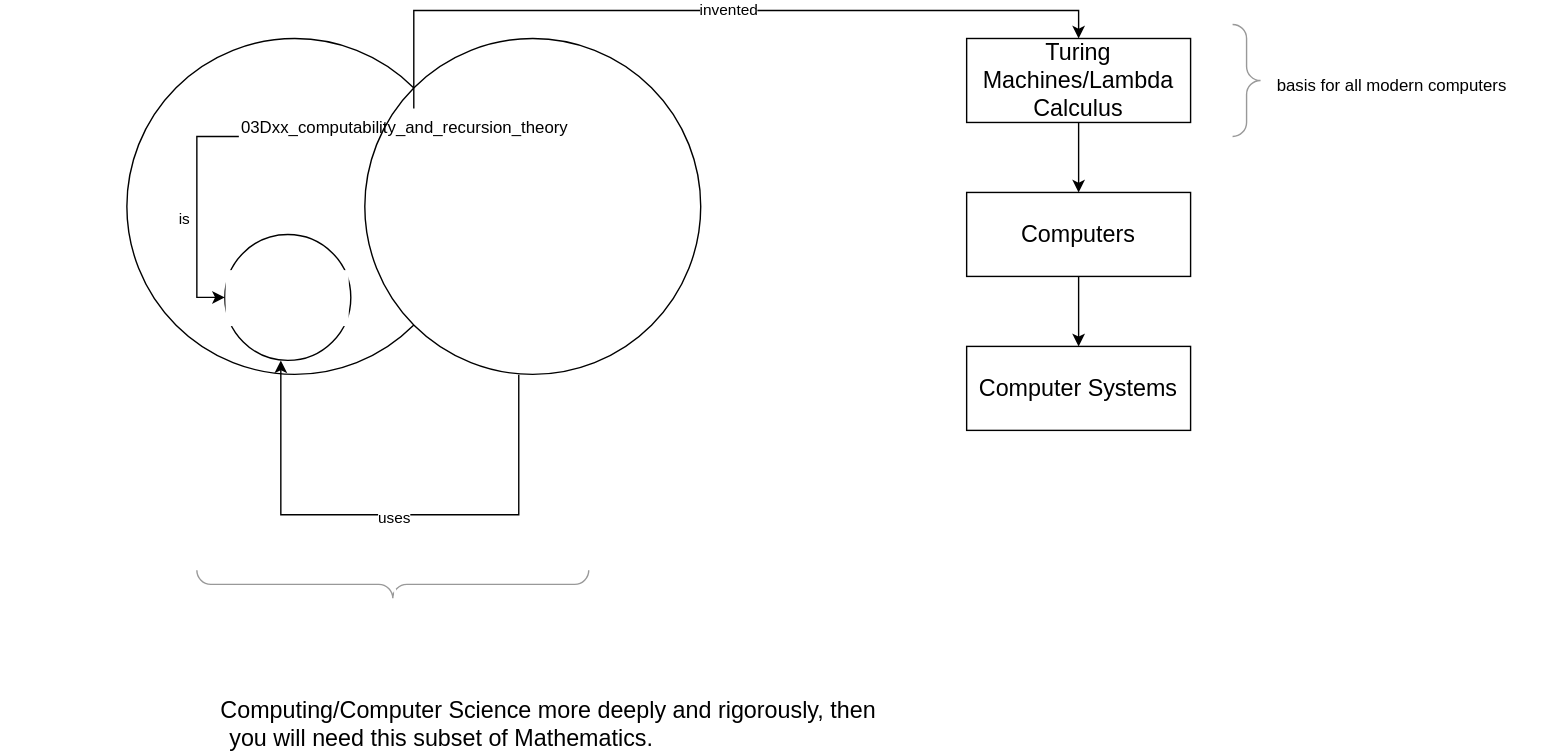
The draw.io diagram 1_mathematics_of_computing/mathematics_and_computing.drawio.svg in praisetompane/computation, before a commit. Source tidied: cells renumbered, new cells last; positions are measured from the earlier drawing's top-left corner, leaving out a move shared by most shapes.
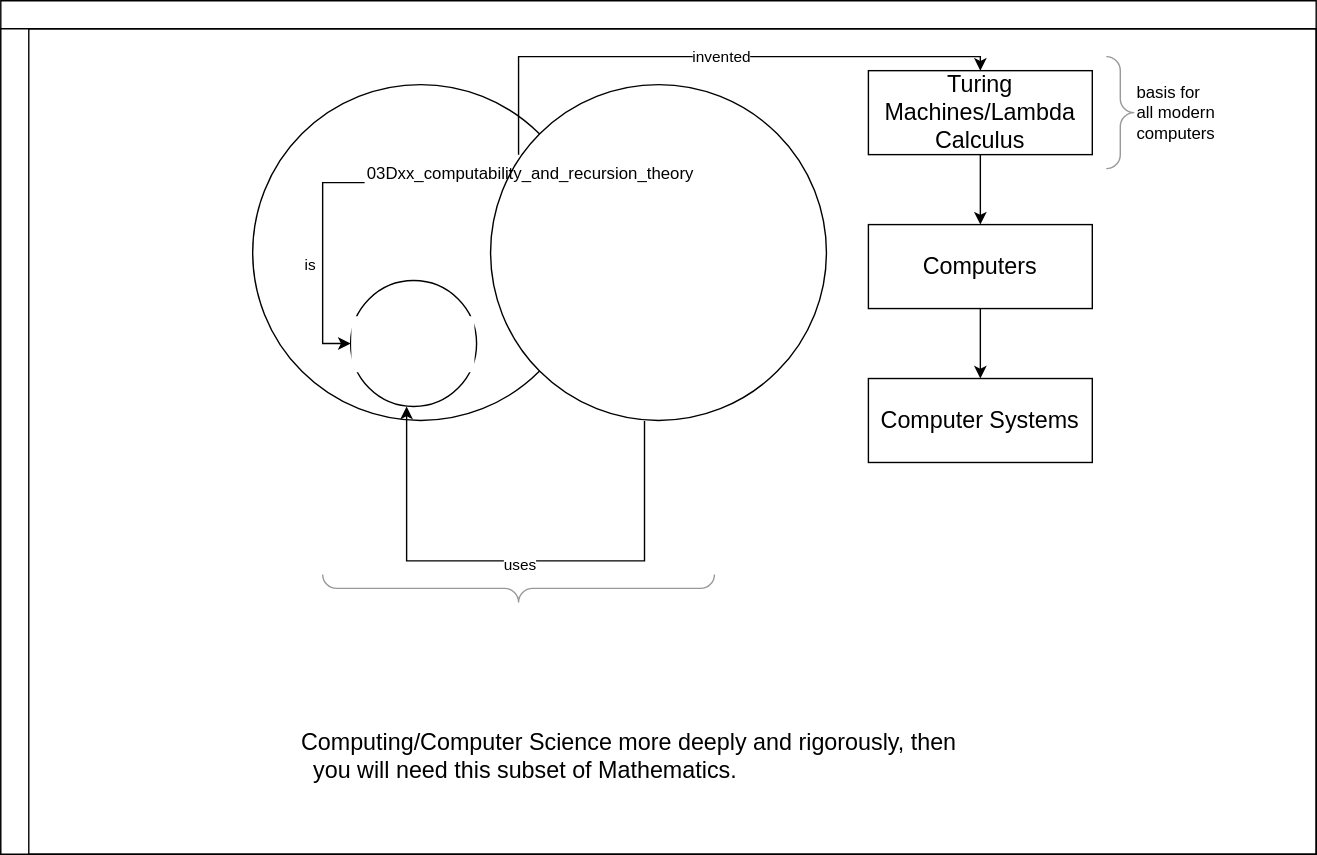
After the change.

The edit, as a diff of the source:
```diff
@@ -2,19 +2,25 @@
   <root>
     <mxCell id="0" />
     <mxCell id="1" parent="0" />
+    <mxCell id="21" style="swimlane;horizontal=1;startSize=20;html=1;" parent="1" vertex="1">
+      <mxGeometry x="-810" y="-180" width="940" height="610" as="geometry" />
+    </mxCell>
+    <mxCell id="22" style="swimlane;startSize=20;horizontal=0;html=1;" parent="21" vertex="1">
+      <mxGeometry y="20" width="940" height="590" as="geometry" />
+    </mxCell>
-    <mxCell id="2" value="&lt;span style=&quot;caret-color: rgb(0, 0, 0); text-align: start;&quot; data-lucid-content=&quot;{&amp;quot;t&amp;quot;:&amp;quot;Mathematics&amp;quot;,&amp;quot;m&amp;quot;:[{&amp;quot;s&amp;quot;:0,&amp;quot;n&amp;quot;:&amp;quot;c&amp;quot;,&amp;quot;v&amp;quot;:&amp;quot;3a414aff&amp;quot;,&amp;quot;e&amp;quot;:11},{&amp;quot;s&amp;quot;:0,&amp;quot;n&amp;quot;:&amp;quot;s&amp;quot;,&amp;quot;v&amp;quot;:22.22222222222222,&amp;quot;e&amp;quot;:11}]}&quot;&gt;&lt;span style=&quot;font-size: 16.6667px;&quot;&gt;&lt;font style=&quot;color: rgb(255, 255, 255);&quot;&gt;Mathematics&lt;/font&gt;&lt;/span&gt;&lt;/span&gt;" style="ellipse;whiteSpace=wrap;html=1;" parent="1" vertex="1">
-      <mxGeometry x="90" y="20" width="240" height="240" as="geometry" />
+    <mxCell id="2" value="&lt;span style=&quot;caret-color: rgb(0, 0, 0); text-align: start;&quot; data-lucid-content=&quot;{&amp;quot;t&amp;quot;:&amp;quot;Mathematics&amp;quot;,&amp;quot;m&amp;quot;:[{&amp;quot;s&amp;quot;:0,&amp;quot;n&amp;quot;:&amp;quot;c&amp;quot;,&amp;quot;v&amp;quot;:&amp;quot;3a414aff&amp;quot;,&amp;quot;e&amp;quot;:11},{&amp;quot;s&amp;quot;:0,&amp;quot;n&amp;quot;:&amp;quot;s&amp;quot;,&amp;quot;v&amp;quot;:22.22222222222222,&amp;quot;e&amp;quot;:11}]}&quot;&gt;&lt;span style=&quot;font-size: 16.6667px;&quot;&gt;&lt;font style=&quot;color: rgb(255, 255, 255);&quot;&gt;Mathematics&lt;/font&gt;&lt;/span&gt;&lt;/span&gt;" style="ellipse;whiteSpace=wrap;html=1;" parent="22" vertex="1">
+      <mxGeometry x="180" y="40" width="240" height="240" as="geometry" />
     </mxCell>
-    <mxCell id="3" value="&lt;span style=&quot;caret-color: rgb(0, 0, 0); text-align: start;&quot; data-lucid-content=&quot;{&amp;quot;t&amp;quot;:&amp;quot;Discrete Structures&amp;quot;,&amp;quot;m&amp;quot;:[{&amp;quot;s&amp;quot;:0,&amp;quot;n&amp;quot;:&amp;quot;c&amp;quot;,&amp;quot;v&amp;quot;:&amp;quot;3a414aff&amp;quot;,&amp;quot;e&amp;quot;:19},{&amp;quot;s&amp;quot;:0,&amp;quot;n&amp;quot;:&amp;quot;s&amp;quot;,&amp;quot;v&amp;quot;:22.22222222222222,&amp;quot;e&amp;quot;:19}]}&quot;&gt;&lt;span style=&quot;font-size: 16.6667px;&quot;&gt;Discrete Structures&lt;/span&gt;&lt;/span&gt;" style="ellipse;whiteSpace=wrap;html=1;labelBackgroundColor=default;fontColor=#FFFFFF;" parent="1" vertex="1">
-      <mxGeometry x="160" y="160" width="90" height="90" as="geometry" />
+    <mxCell id="3" value="&lt;span style=&quot;caret-color: rgb(0, 0, 0); text-align: start;&quot; data-lucid-content=&quot;{&amp;quot;t&amp;quot;:&amp;quot;Discrete Structures&amp;quot;,&amp;quot;m&amp;quot;:[{&amp;quot;s&amp;quot;:0,&amp;quot;n&amp;quot;:&amp;quot;c&amp;quot;,&amp;quot;v&amp;quot;:&amp;quot;3a414aff&amp;quot;,&amp;quot;e&amp;quot;:19},{&amp;quot;s&amp;quot;:0,&amp;quot;n&amp;quot;:&amp;quot;s&amp;quot;,&amp;quot;v&amp;quot;:22.22222222222222,&amp;quot;e&amp;quot;:19}]}&quot;&gt;&lt;span style=&quot;font-size: 16.6667px;&quot;&gt;Discrete Structures&lt;/span&gt;&lt;/span&gt;" style="ellipse;whiteSpace=wrap;html=1;labelBackgroundColor=default;fontColor=#FFFFFF;" parent="22" vertex="1">
+      <mxGeometry x="250" y="180" width="90" height="90" as="geometry" />
     </mxCell>
-    <mxCell id="4" style="edgeStyle=orthogonalEdgeStyle;rounded=0;orthogonalLoop=1;jettySize=auto;html=1;" parent="1" edge="1">
+    <mxCell id="4" style="edgeStyle=orthogonalEdgeStyle;rounded=0;orthogonalLoop=1;jettySize=auto;html=1;" parent="22" edge="1">
       <mxGeometry relative="1" as="geometry">
-        <mxPoint x="370" y="260.3" as="sourcePoint" />
-        <mxPoint x="200" y="250" as="targetPoint" />
+        <mxPoint x="460" y="280.3" as="sourcePoint" />
+        <mxPoint x="290" y="270" as="targetPoint" />
         <Array as="points">
-          <mxPoint x="370" y="360.3" />
-          <mxPoint x="200" y="360.3" />
+          <mxPoint x="460" y="380.3" />
+          <mxPoint x="290" y="380.3" />
         </Array>
       </mxGeometry>
     </mxCell>
@@ -23,31 +29,31 @@
         <mxPoint x="-16" as="offset" />
       </mxGeometry>
     </mxCell>
-    <mxCell id="6" value="&lt;span style=&quot;caret-color: rgb(0, 0, 0); text-align: start;&quot; data-lucid-content=&quot;{&amp;quot;t&amp;quot;:&amp;quot;Mathematics&amp;quot;,&amp;quot;m&amp;quot;:[{&amp;quot;s&amp;quot;:0,&amp;quot;n&amp;quot;:&amp;quot;c&amp;quot;,&amp;quot;v&amp;quot;:&amp;quot;3a414aff&amp;quot;,&amp;quot;e&amp;quot;:11},{&amp;quot;s&amp;quot;:0,&amp;quot;n&amp;quot;:&amp;quot;s&amp;quot;,&amp;quot;v&amp;quot;:22.22222222222222,&amp;quot;e&amp;quot;:11}]}&quot;&gt;&lt;span style=&quot;font-size: 16.6667px;&quot;&gt;&lt;font style=&quot;color: rgb(255, 255, 255);&quot;&gt;Computing/Computer Science&lt;/font&gt;&lt;/span&gt;&lt;/span&gt;" style="ellipse;whiteSpace=wrap;html=1;" parent="1" vertex="1">
-      <mxGeometry x="260" y="20" width="240" height="240" as="geometry" />
+    <mxCell id="6" value="&lt;span style=&quot;caret-color: rgb(0, 0, 0); text-align: start;&quot; data-lucid-content=&quot;{&amp;quot;t&amp;quot;:&amp;quot;Mathematics&amp;quot;,&amp;quot;m&amp;quot;:[{&amp;quot;s&amp;quot;:0,&amp;quot;n&amp;quot;:&amp;quot;c&amp;quot;,&amp;quot;v&amp;quot;:&amp;quot;3a414aff&amp;quot;,&amp;quot;e&amp;quot;:11},{&amp;quot;s&amp;quot;:0,&amp;quot;n&amp;quot;:&amp;quot;s&amp;quot;,&amp;quot;v&amp;quot;:22.22222222222222,&amp;quot;e&amp;quot;:11}]}&quot;&gt;&lt;span style=&quot;font-size: 16.6667px;&quot;&gt;&lt;font style=&quot;color: rgb(255, 255, 255);&quot;&gt;Computing/Computer Science&lt;/font&gt;&lt;/span&gt;&lt;/span&gt;" style="ellipse;whiteSpace=wrap;html=1;" parent="22" vertex="1">
+      <mxGeometry x="350" y="40" width="240" height="240" as="geometry" />
     </mxCell>
-    <mxCell id="7" style="edgeStyle=orthogonalEdgeStyle;rounded=0;jettySize=auto;html=1;" parent="1" edge="1" source="8" target="15">
+    <mxCell id="7" style="edgeStyle=orthogonalEdgeStyle;rounded=0;jettySize=auto;html=1;" parent="22" edge="1" source="8" target="15">
       <mxGeometry relative="1" as="geometry" />
     </mxCell>
-    <mxCell id="8" value="&lt;span style=&quot;font-size: 16.6667px; text-align: start; caret-color: rgb(0, 0, 0);&quot;&gt;Turing Machines/Lambda Calculus&lt;/span&gt;" style="rounded=0;whiteSpace=wrap;html=1;" parent="1" vertex="1">
-      <mxGeometry x="690" y="20" width="160" height="60" as="geometry" />
+    <mxCell id="8" value="&lt;span style=&quot;font-size: 16.6667px; text-align: start; caret-color: rgb(0, 0, 0);&quot;&gt;Turing Machines/Lambda Calculus&lt;/span&gt;" style="rounded=0;whiteSpace=wrap;html=1;" parent="22" vertex="1">
+      <mxGeometry x="620" y="30" width="160" height="60" as="geometry" />
     </mxCell>
-    <mxCell id="9" style="edgeStyle=orthogonalEdgeStyle;rounded=0;jettySize=auto;html=1;entryX=0.5;entryY=0;entryDx=0;entryDy=0;" parent="1" edge="1" source="13" target="8">
+    <mxCell id="9" style="edgeStyle=orthogonalEdgeStyle;rounded=0;jettySize=auto;html=1;entryX=0.5;entryY=0;entryDx=0;entryDy=0;" parent="22" edge="1" source="13" target="8">
       <mxGeometry relative="1" as="geometry">
         <Array as="points">
-          <mxPoint x="295" />
-          <mxPoint x="770" />
+          <mxPoint x="370" y="20" />
+          <mxPoint x="700" y="20" />
         </Array>
       </mxGeometry>
     </mxCell>
     <mxCell id="10" value="invented" style="edgeLabel;html=1;align=center;verticalAlign=middle;" parent="9" vertex="1">
       <mxGeometry x="0.04" y="1" relative="1" as="geometry" />
     </mxCell>
-    <mxCell id="11" style="edgeStyle=orthogonalEdgeStyle;rounded=0;jettySize=auto;html=1;entryX=0;entryY=0.5;entryDx=0;entryDy=0;" parent="1" edge="1" source="13" target="3">
+    <mxCell id="11" style="edgeStyle=orthogonalEdgeStyle;rounded=0;jettySize=auto;html=1;entryX=0;entryY=0.5;entryDx=0;entryDy=0;" parent="22" edge="1" source="13" target="3">
       <mxGeometry relative="1" as="geometry">
         <Array as="points">
-          <mxPoint x="140" y="90" />
-          <mxPoint x="140" y="205" />
+          <mxPoint x="230" y="110" />
+          <mxPoint x="230" y="225" />
         </Array>
       </mxGeometry>
     </mxCell>
@@ -56,29 +62,26 @@
         <mxPoint x="-13" as="offset" />
       </mxGeometry>
     </mxCell>
-    <mxCell id="13" value="03Dxx_computability_and_recursion_theory" style="text;whiteSpace=wrap;" parent="1" vertex="1">
-      <mxGeometry x="170" y="70" width="270" height="40" as="geometry" />
+    <mxCell id="13" value="03Dxx_computability_and_recursion_theory" style="text;whiteSpace=wrap;" parent="22" vertex="1">
+      <mxGeometry x="260" y="90" width="270" height="40" as="geometry" />
     </mxCell>
-    <mxCell id="14" style="edgeStyle=orthogonalEdgeStyle;rounded=0;jettySize=auto;html=1;" parent="1" edge="1" source="15" target="16">
+    <mxCell id="14" style="edgeStyle=orthogonalEdgeStyle;rounded=0;jettySize=auto;html=1;" parent="22" edge="1" source="15" target="16">
       <mxGeometry relative="1" as="geometry" />
     </mxCell>
-    <mxCell id="15" value="&lt;span style=&quot;font-size: 16.6667px; text-align: start; caret-color: rgb(0, 0, 0);&quot;&gt;Computers&lt;/span&gt;" style="rounded=0;whiteSpace=wrap;html=1;" parent="1" vertex="1">
-      <mxGeometry x="690" y="130" width="160" height="60" as="geometry" />
+    <mxCell id="15" value="&lt;span style=&quot;font-size: 16.6667px; text-align: start; caret-color: rgb(0, 0, 0);&quot;&gt;Computers&lt;/span&gt;" style="rounded=0;whiteSpace=wrap;html=1;" parent="22" vertex="1">
+      <mxGeometry x="620" y="140" width="160" height="60" as="geometry" />
     </mxCell>
-    <mxCell id="16" value="&lt;span style=&quot;font-size: 16.6667px; text-align: start; caret-color: rgb(0, 0, 0);&quot;&gt;Computer Systems&lt;/span&gt;" style="rounded=0;whiteSpace=wrap;html=1;" parent="1" vertex="1">
-      <mxGeometry x="690" y="240" width="160" height="60" as="geometry" />
+    <mxCell id="16" value="&lt;span style=&quot;font-size: 16.6667px; text-align: start; caret-color: rgb(0, 0, 0);&quot;&gt;Computer Systems&lt;/span&gt;" style="rounded=0;whiteSpace=wrap;html=1;" parent="22" vertex="1">
+      <mxGeometry x="620" y="250" width="160" height="60" as="geometry" />
     </mxCell>
-    <mxCell id="17" style="labelPosition=right;align=left;strokeWidth=1;shape=mxgraph.mockup.markup.curlyBrace;html=1;shadow=0;dashed=0;strokeColor=#999999;direction=west;" parent="1" vertex="1">
-      <mxGeometry x="140" y="400" width="280" height="20" as="geometry" />
+    <mxCell id="17" style="labelPosition=right;align=left;strokeWidth=1;shape=mxgraph.mockup.markup.curlyBrace;html=1;shadow=0;dashed=0;strokeColor=#999999;direction=west;" parent="22" vertex="1">
+      <mxGeometry x="230" y="390" width="280" height="20" as="geometry" />
     </mxCell>
+    <mxCell id="19" value="&lt;span style=&quot;text-wrap-mode: wrap;&quot;&gt;basis for all modern computers&lt;/span&gt;" style="labelPosition=right;align=left;strokeWidth=1;shape=mxgraph.mockup.markup.curlyBrace;html=1;shadow=0;dashed=0;strokeColor=#999999;direction=south;" parent="22" vertex="1">
+      <mxGeometry x="790" y="20" width="20" height="80" as="geometry" />
+    </mxCell>
-    <mxCell id="18" value="&lt;span style=&quot;caret-color: rgb(0, 0, 0); text-align: start;&quot; data-lucid-content=&quot;{&amp;quot;t&amp;quot;:&amp;quot;Computer Science has built a higher level language on top of Discrete Mathematics. This higher level language is like what higher level programming languages are to Machine code.  If you want to study deeper and more rigorously computer science concepts, then this subset of Mathematics is the language you will need.&amp;quot;,&amp;quot;m&amp;quot;:[{&amp;quot;s&amp;quot;:0,&amp;quot;n&amp;quot;:&amp;quot;c&amp;quot;,&amp;quot;v&amp;quot;:&amp;quot;3a414aff&amp;quot;,&amp;quot;e&amp;quot;:317},{&amp;quot;s&amp;quot;:0,&amp;quot;n&amp;quot;:&amp;quot;s&amp;quot;,&amp;quot;v&amp;quot;:22.22222222222222,&amp;quot;e&amp;quot;:317}]}&quot;&gt;&lt;span style=&quot;font-size: 16.6667px;&quot;&gt;&lt;font style=&quot;color: rgb(255, 255, 255);&quot; face=&quot;Helvetica&quot;&gt;Computing/Computer Science has built a high level language on top of Discrete Structures.&amp;nbsp;&lt;/font&gt;&lt;/span&gt;&lt;/span&gt;&lt;div&gt;&lt;span style=&quot;caret-color: rgb(0, 0, 0); text-align: start;&quot; data-lucid-content=&quot;{&amp;quot;t&amp;quot;:&amp;quot;Computer Science has built a higher level language on top of Discrete Mathematics. This higher level language is like what higher level programming languages are to Machine code.  If you want to study deeper and more rigorously computer science concepts, then this subset of Mathematics is the language you will need.&amp;quot;,&amp;quot;m&amp;quot;:[{&amp;quot;s&amp;quot;:0,&amp;quot;n&amp;quot;:&amp;quot;c&amp;quot;,&amp;quot;v&amp;quot;:&amp;quot;3a414aff&amp;quot;,&amp;quot;e&amp;quot;:317},{&amp;quot;s&amp;quot;:0,&amp;quot;n&amp;quot;:&amp;quot;s&amp;quot;,&amp;quot;v&amp;quot;:22.22222222222222,&amp;quot;e&amp;quot;:317}]}&quot;&gt;&lt;span style=&quot;font-size: 16.6667px;&quot;&gt;&lt;font style=&quot;color: rgb(255, 255, 255);&quot; face=&quot;Helvetica&quot;&gt;This high level language is akin to high level programming languages built on top Machine Instruction Sets. &lt;/font&gt;&lt;/span&gt;&lt;/span&gt;&lt;/div&gt;&lt;div&gt;&lt;span style=&quot;caret-color: rgb(0, 0, 0); text-align: start;&quot; data-lucid-content=&quot;{&amp;quot;t&amp;quot;:&amp;quot;Computer Science has built a higher level language on top of Discrete Mathematics. This higher level language is like what higher level programming languages are to Machine code.  If you want to study deeper and more rigorously computer science concepts, then this subset of Mathematics is the language you will need.&amp;quot;,&amp;quot;m&amp;quot;:[{&amp;quot;s&amp;quot;:0,&amp;quot;n&amp;quot;:&amp;quot;c&amp;quot;,&amp;quot;v&amp;quot;:&amp;quot;3a414aff&amp;quot;,&amp;quot;e&amp;quot;:317},{&amp;quot;s&amp;quot;:0,&amp;quot;n&amp;quot;:&amp;quot;s&amp;quot;,&amp;quot;v&amp;quot;:22.22222222222222,&amp;quot;e&amp;quot;:317}]}&quot;&gt;&lt;span style=&quot;font-size: 16.6667px;&quot;&gt;&lt;font style=&quot;color: rgb(255, 255, 255);&quot; face=&quot;Helvetica&quot;&gt; If you want to study&amp;nbsp;&lt;/font&gt;&lt;/span&gt;&lt;/span&gt;&lt;span style=&quot;font-size: 16.6667px; text-align: start; caret-color: rgb(0, 0, 0); background-color: transparent; color: light-dark(rgb(0, 0, 0), rgb(255, 255, 255));&quot;&gt;Computing/Computer Science&lt;/span&gt;&lt;span style=&quot;background-color: transparent; font-size: 16.6667px; text-align: start; caret-color: rgb(0, 0, 0); color: light-dark(rgb(0, 0, 0), rgb(255, 255, 255));&quot;&gt;&amp;nbsp;more deeply and rigorously, then you will need this subset of Mathematics.&lt;/span&gt;&lt;/div&gt;" style="text;html=1;align=center;verticalAlign=middle;whiteSpace=wrap;rounded=0;" parent="1" vertex="1">
-      <mxGeometry y="450" width="630" height="40" as="geometry" />
+    <mxCell id="18" value="&lt;span style=&quot;caret-color: rgb(0, 0, 0); text-align: start;&quot; data-lucid-content=&quot;{&amp;quot;t&amp;quot;:&amp;quot;Computer Science has built a higher level language on top of Discrete Mathematics. This higher level language is like what higher level programming languages are to Machine code.If you want to study deeper and more rigorously computer science concepts, then this subset of Mathematics is the language you will need.&amp;quot;,&amp;quot;m&amp;quot;:[{&amp;quot;s&amp;quot;:0,&amp;quot;n&amp;quot;:&amp;quot;c&amp;quot;,&amp;quot;v&amp;quot;:&amp;quot;3a414aff&amp;quot;,&amp;quot;e&amp;quot;:317},{&amp;quot;s&amp;quot;:0,&amp;quot;n&amp;quot;:&amp;quot;s&amp;quot;,&amp;quot;v&amp;quot;:22.22222222222222,&amp;quot;e&amp;quot;:317}]}&quot;&gt;&lt;span style=&quot;font-size: 16.6667px;&quot;&gt;&lt;font style=&quot;color: rgb(255, 255, 255);&quot; face=&quot;Helvetica&quot;&gt;Computing/Computer Science has built a high level language on top of Discrete Structures.&amp;nbsp;&lt;/font&gt;&lt;/span&gt;&lt;/span&gt;&lt;div&gt;&lt;span style=&quot;caret-color: rgb(0, 0, 0); text-align: start;&quot; data-lucid-content=&quot;{&amp;quot;t&amp;quot;:&amp;quot;Computer Science has built a higher level language on top of Discrete Mathematics. This higher level language is like what higher level programming languages are to Machine code.If you want to study deeper and more rigorously computer science concepts, then this subset of Mathematics is the language you will need.&amp;quot;,&amp;quot;m&amp;quot;:[{&amp;quot;s&amp;quot;:0,&amp;quot;n&amp;quot;:&amp;quot;c&amp;quot;,&amp;quot;v&amp;quot;:&amp;quot;3a414aff&amp;quot;,&amp;quot;e&amp;quot;:317},{&amp;quot;s&amp;quot;:0,&amp;quot;n&amp;quot;:&amp;quot;s&amp;quot;,&amp;quot;v&amp;quot;:22.22222222222222,&amp;quot;e&amp;quot;:317}]}&quot;&gt;&lt;span style=&quot;font-size: 16.6667px;&quot;&gt;&lt;font style=&quot;color: rgb(255, 255, 255);&quot; face=&quot;Helvetica&quot;&gt;This high level language is akin to high level programming languages built on top Machine Instruction Sets.&lt;/font&gt;&lt;/span&gt;&lt;/span&gt;&lt;/div&gt;&lt;div&gt;&lt;span style=&quot;caret-color: rgb(0, 0, 0); text-align: start;&quot; data-lucid-content=&quot;{&amp;quot;t&amp;quot;:&amp;quot;Computer Science has built a higher level language on top of Discrete Mathematics. This higher level language is like what higher level programming languages are to Machine code.If you want to study deeper and more rigorously computer science concepts, then this subset of Mathematics is the language you will need.&amp;quot;,&amp;quot;m&amp;quot;:[{&amp;quot;s&amp;quot;:0,&amp;quot;n&amp;quot;:&amp;quot;c&amp;quot;,&amp;quot;v&amp;quot;:&amp;quot;3a414aff&amp;quot;,&amp;quot;e&amp;quot;:317},{&amp;quot;s&amp;quot;:0,&amp;quot;n&amp;quot;:&amp;quot;s&amp;quot;,&amp;quot;v&amp;quot;:22.22222222222222,&amp;quot;e&amp;quot;:317}]}&quot;&gt;&lt;span style=&quot;font-size: 16.6667px;&quot;&gt;&lt;font style=&quot;color: rgb(255, 255, 255);&quot; face=&quot;Helvetica&quot;&gt;If you want to study&amp;nbsp;&lt;/font&gt;&lt;/span&gt;&lt;/span&gt;&lt;span style=&quot;font-size: 16.6667px; text-align: start; caret-color: rgb(0, 0, 0); background-color: transparent; color: light-dark(rgb(0, 0, 0), rgb(255, 255, 255));&quot;&gt;Computing/Computer Science&lt;/span&gt;&lt;span style=&quot;background-color: transparent; font-size: 16.6667px; text-align: start; caret-color: rgb(0, 0, 0); color: light-dark(rgb(0, 0, 0), rgb(255, 255, 255));&quot;&gt;&amp;nbsp;more deeply and rigorously, then you will need this subset of Mathematics.&lt;/span&gt;&lt;/div&gt;" style="text;html=1;align=center;verticalAlign=middle;whiteSpace=wrap;rounded=0;" parent="22" vertex="1">
+      <mxGeometry x="60" y="460" width="630" height="40" as="geometry" />
     </mxCell>
-    <mxCell id="19" style="labelPosition=right;align=left;strokeWidth=1;shape=mxgraph.mockup.markup.curlyBrace;html=1;shadow=0;dashed=0;strokeColor=#999999;direction=south;" parent="1" vertex="1">
-      <mxGeometry x="880" y="10" width="20" height="80" as="geometry" />
-    </mxCell>
-    <mxCell id="20" value="basis for all modern computers" style="text;whiteSpace=wrap;html=1;" parent="1" vertex="1">
-      <mxGeometry x="910" y="40" width="200" height="40" as="geometry" />
-    </mxCell>
   </root>
 </mxGraphModel>
```
